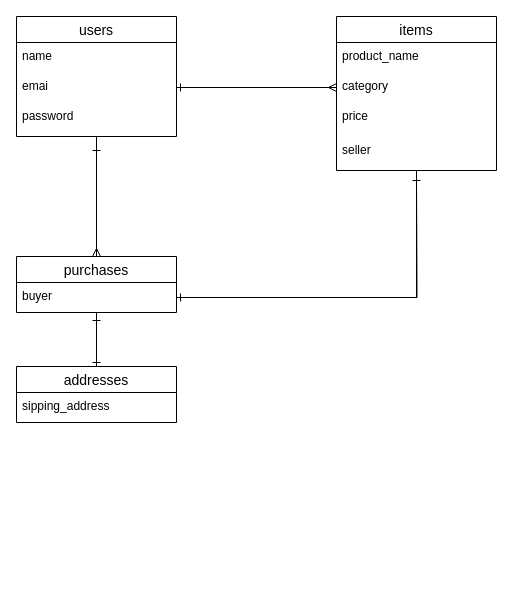
This is furima.dio from Sakai-yu0321/furima-35537, a draw.io file, before an edit. Source tidied: cells renumbered, new cells numbered last; positions are measured from the earlier drawing's top-left corner, leaving out a move shared by most shapes. Both pictures are drawn from the tidied source at 100%, with x=0, y=0 at pixel (16, 16).
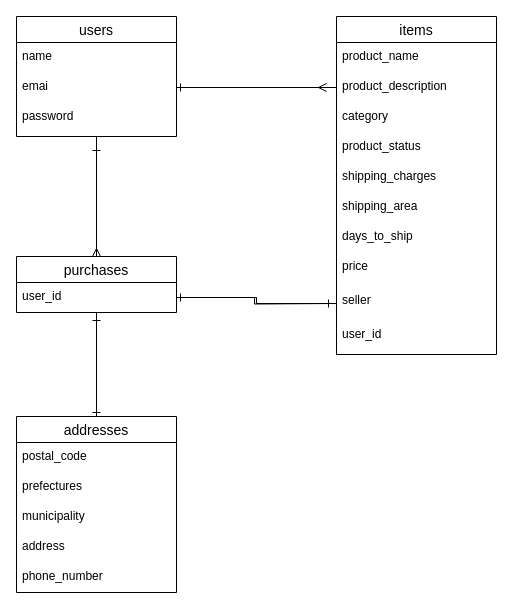
Above is the later version.

Commit message (it also covers changes not shown here):
er図とreadmeの作成

Unchanged cells that the change refers to:
```xml
<mxCell id="5" value="emai" style="text;strokeColor=none;fillColor=none;spacingLeft=4;spacingRight=4;overflow=hidden;points=[[0,0.5],[1,0.5]];portConstraint=eastwest;fontSize=12;" parent="3" vertex="1">
  <mxGeometry y="56" width="160" height="30" as="geometry" />
</mxCell>
<mxCell id="15" value="purchases" style="swimlane;fontStyle=0;horizontal=1;startSize=26;align=center;fontSize=14;" parent="1" vertex="1">
  <mxGeometry y="240" width="160" height="56" as="geometry" />
</mxCell>
```

Change to the diagram source:
```diff
@@
-    <mxCell id="7" style="edgeStyle=orthogonalEdgeStyle;rounded=0;jettySize=auto;html=1;entryX=1;entryY=0.5;entryDx=0;entryDy=0;endArrow=ERone;endFill=0;" parent="1" edge="1" source="8" target="16">
-      <mxGeometry relative="1" as="geometry" />
-    </mxCell>
     <mxCell id="8" value="items" style="swimlane;fontStyle=0;horizontal=1;startSize=26;align=center;fontSize=14;" parent="1" vertex="1">
-      <mxGeometry x="320" width="160" height="154" as="geometry" />
+      <mxGeometry x="320" width="160" height="338" as="geometry" />
     </mxCell>
@@
+    <mxCell id="24" value="product_description" style="text;strokeColor=none;fillColor=none;spacingLeft=4;spacingRight=4;overflow=hidden;points=[[0,0.5],[1,0.5]];portConstraint=eastwest;fontSize=12;" parent="8" vertex="1">
+      <mxGeometry y="56" width="160" height="30" as="geometry" />
+    </mxCell>
     <mxCell id="10" value="category" style="text;strokeColor=none;fillColor=none;spacingLeft=4;spacingRight=4;overflow=hidden;points=[[0,0.5],[1,0.5]];portConstraint=eastwest;fontSize=12;" parent="8" vertex="1">
-      <mxGeometry y="56" width="160" height="30" as="geometry" />
+      <mxGeometry y="86" width="160" height="30" as="geometry" />
     </mxCell>
+    <mxCell id="25" value="product_status" style="text;strokeColor=none;fillColor=none;spacingLeft=4;spacingRight=4;overflow=hidden;fontSize=12;" parent="8" vertex="1">
+      <mxGeometry y="116" width="160" height="30" as="geometry" />
+    </mxCell>
+    <mxCell id="26" value="shipping_charges" style="text;strokeColor=none;fillColor=none;spacingLeft=4;spacingRight=4;overflow=hidden;fontSize=12;fontStyle=0;" parent="8" vertex="1">
+      <mxGeometry y="146" width="160" height="30" as="geometry" />
+    </mxCell>
+    <mxCell id="27" value="shipping_area" style="text;strokeColor=none;fillColor=none;spacingLeft=4;spacingRight=4;overflow=hidden;fontSize=12;fontStyle=0;" parent="8" vertex="1">
+      <mxGeometry y="176" width="160" height="30" as="geometry" />
+    </mxCell>
+    <mxCell id="28" value="days_to_ship" style="text;strokeColor=none;fillColor=none;spacingLeft=4;spacingRight=4;overflow=hidden;fontSize=12;fontStyle=0;" parent="8" vertex="1">
+      <mxGeometry y="206" width="160" height="30" as="geometry" />
+    </mxCell>
     <mxCell id="11" value="price" style="text;strokeColor=none;fillColor=none;spacingLeft=4;spacingRight=4;overflow=hidden;fontSize=12;align=left;fontStyle=0;" parent="8" vertex="1">
-      <mxGeometry y="86" width="160" height="34" as="geometry" />
+      <mxGeometry y="236" width="160" height="34" as="geometry" />
     </mxCell>
     <mxCell id="12" value="seller" style="text;strokeColor=none;fillColor=none;spacingLeft=4;spacingRight=4;overflow=hidden;points=[[0,0.5],[1,0.5]];portConstraint=eastwest;fontSize=12;align=left;fontStyle=0;" parent="8" vertex="1">
-      <mxGeometry y="120" width="160" height="34" as="geometry" />
+      <mxGeometry y="270" width="160" height="34" as="geometry" />
     </mxCell>
+    <mxCell id="29" value="user_id" style="text;strokeColor=none;fillColor=none;spacingLeft=4;spacingRight=4;overflow=hidden;fontSize=12;align=left;fontStyle=0;" parent="8" vertex="1">
+      <mxGeometry y="304" width="160" height="34" as="geometry" />
+    </mxCell>
@@
-    <mxCell id="16" value="buyer" style="text;strokeColor=none;fillColor=none;spacingLeft=4;spacingRight=4;overflow=hidden;points=[[0,0.5],[1,0.5]];portConstraint=eastwest;fontSize=12;" parent="15" vertex="1">
-      <mxGeometry y="26" width="160" height="30" as="geometry" />
-    </mxCell>
+    <mxCell id="30" value="user_id" style="text;strokeColor=none;fillColor=none;spacingLeft=4;spacingRight=4;overflow=hidden;points=[[0,0.5],[1,0.5]];portConstraint=eastwest;fontSize=12;" parent="15" vertex="1">
+      <mxGeometry y="26" width="160" height="30" as="geometry" />
+    </mxCell>
@@
     <mxCell id="18" value="addresses" style="swimlane;fontStyle=0;horizontal=1;startSize=26;align=center;fontSize=14;" parent="1" vertex="1">
-      <mxGeometry y="350" width="160" height="56" as="geometry" />
+      <mxGeometry y="400" width="160" height="176" as="geometry" />
     </mxCell>
-    <mxCell id="19" value="sipping_address" style="text;strokeColor=none;fillColor=none;spacingLeft=4;spacingRight=4;overflow=hidden;fontSize=12;" parent="18" vertex="1">
+    <mxCell id="19" value="postal_code" style="text;strokeColor=none;fillColor=none;spacingLeft=4;spacingRight=4;overflow=hidden;fontSize=12;" parent="18" vertex="1">
       <mxGeometry y="26" width="160" height="30" as="geometry" />
     </mxCell>
+    <mxCell id="31" value="prefectures" style="text;strokeColor=none;fillColor=none;spacingLeft=4;spacingRight=4;overflow=hidden;fontSize=12;fontStyle=0;" parent="18" vertex="1">
+      <mxGeometry y="56" width="160" height="30" as="geometry" />
+    </mxCell>
+    <mxCell id="32" value="municipality" style="text;strokeColor=none;fillColor=none;spacingLeft=4;spacingRight=4;overflow=hidden;fontSize=12;" parent="18" vertex="1">
+      <mxGeometry y="86" width="160" height="30" as="geometry" />
+    </mxCell>
+    <mxCell id="33" value="address" style="text;strokeColor=none;fillColor=none;spacingLeft=4;spacingRight=4;overflow=hidden;fontSize=12;" parent="18" vertex="1">
+      <mxGeometry y="116" width="160" height="30" as="geometry" />
+    </mxCell>
+    <mxCell id="34" value="phone_number" style="text;strokeColor=none;fillColor=none;spacingLeft=4;spacingRight=4;overflow=hidden;fontSize=12;fontStyle=0;" parent="18" vertex="1">
+      <mxGeometry y="146" width="160" height="30" as="geometry" />
+    </mxCell>
@@
-    <mxCell id="21" style="edgeStyle=orthogonalEdgeStyle;rounded=0;jettySize=auto;html=1;entryX=1;entryY=0.5;entryDx=0;entryDy=0;endArrow=ERone;endFill=0;" parent="1" edge="1" source="10" target="5">
-      <mxGeometry relative="1" as="geometry" />
-    </mxCell>
-    <mxCell id="22" style="edgeStyle=orthogonalEdgeStyle;rounded=0;jettySize=auto;html=1;endArrow=ERmany;endFill=0;" parent="1" edge="1" source="5" target="10">
-      <mxGeometry relative="1" as="geometry" />
+    <mxCell id="22" style="edgeStyle=orthogonalEdgeStyle;rounded=0;jettySize=auto;html=1;endArrow=ERmany;endFill=0;" parent="1" edge="1" source="5">
+      <mxGeometry relative="1" as="geometry">
+        <mxPoint x="310" y="71" as="targetPoint" />
+      </mxGeometry>
     </mxCell>
-    <mxCell id="23" style="edgeStyle=orthogonalEdgeStyle;rounded=0;jettySize=auto;html=1;endArrow=ERone;endFill=0;" parent="1" edge="1" source="16">
-      <mxGeometry relative="1" as="geometry">
-        <mxPoint x="400" y="160" as="targetPoint" />
-      </mxGeometry>
-    </mxCell>
+    <mxCell id="35" style="edgeStyle=orthogonalEdgeStyle;rounded=0;jettySize=auto;html=1;entryX=1;entryY=0.5;entryDx=0;entryDy=0;endArrow=ERone;endFill=0;exitX=0;exitY=0.5;exitDx=0;exitDy=0;" parent="1" edge="1" source="24" target="5">
+      <mxGeometry relative="1" as="geometry" />
+    </mxCell>
+    <mxCell id="36" style="edgeStyle=orthogonalEdgeStyle;rounded=0;jettySize=auto;html=1;endArrow=ERone;endFill=0;exitX=1;exitY=0.5;exitDx=0;exitDy=0;" parent="1" edge="1" source="30">
+      <mxGeometry relative="1" as="geometry">
+        <mxPoint x="316" y="287" as="targetPoint" />
+      </mxGeometry>
+    </mxCell>
+    <mxCell id="37" style="edgeStyle=orthogonalEdgeStyle;rounded=0;jettySize=auto;html=1;entryX=1;entryY=0.5;entryDx=0;entryDy=0;endArrow=ERone;endFill=0;" parent="1" edge="1" source="12" target="30">
+      <mxGeometry relative="1" as="geometry" />
+    </mxCell>
```
